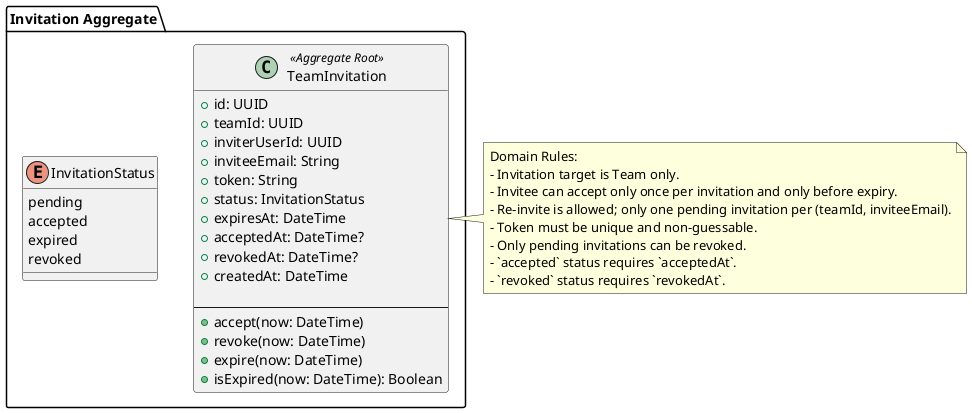
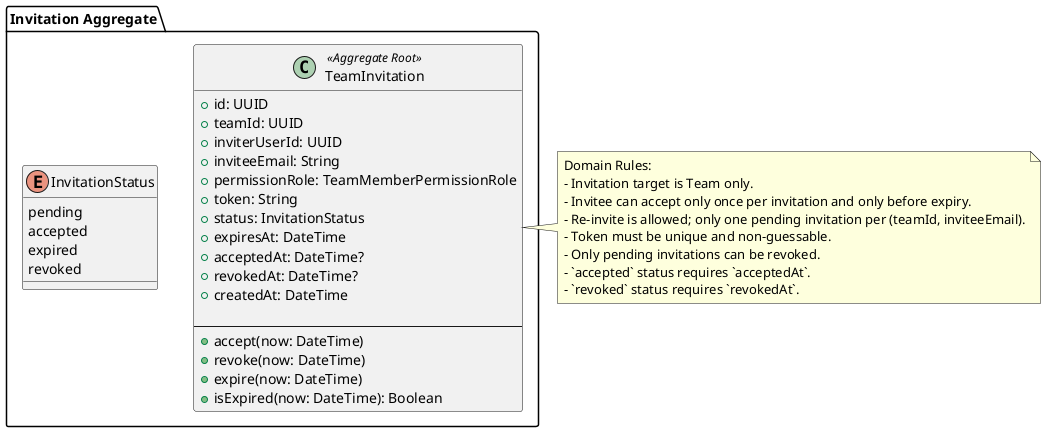
@startuml
package "Invitation Aggregate" {

  class TeamInvitation <<Aggregate Root>> {
    +id: UUID
    +teamId: UUID
    +inviterUserId: UUID
    +inviteeEmail: String
+     +permissionRole: TeamMemberPermissionRole
    +token: String
    +status: InvitationStatus
    +expiresAt: DateTime
    +acceptedAt: DateTime?
    +revokedAt: DateTime?
    +createdAt: DateTime

    --
    +accept(now: DateTime)
    +revoke(now: DateTime)
    +expire(now: DateTime)
    +isExpired(now: DateTime): Boolean
  }

  enum InvitationStatus {
    pending
    accepted
    expired
    revoked
  }
}

note right of TeamInvitation
Domain Rules:
- Invitation target is Team only.
- Invitee can accept only once per invitation and only before expiry.
- Re-invite is allowed; only one pending invitation per (teamId, inviteeEmail).
- Token must be unique and non-guessable.
- Only pending invitations can be revoked.
- `accepted` status requires `acceptedAt`.
- `revoked` status requires `revokedAt`.
end note

@enduml